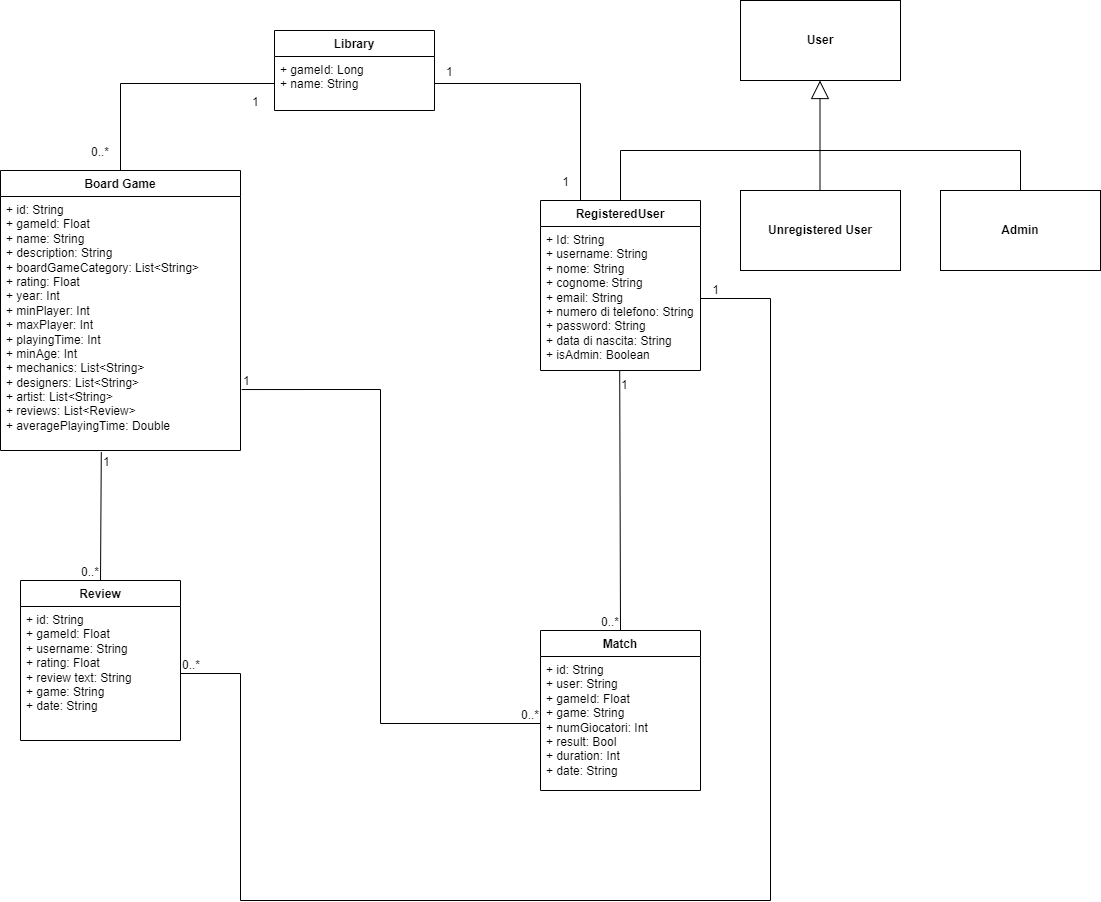
Earlier version of the draw.io export docs/uml_class_diagram.png (FedericoCavedoni/LSMSD_Project). Source tidied: cells renumbered, new cells last; positions are measured from the earlier drawing's top-left corner, leaving out a move shared by most shapes.
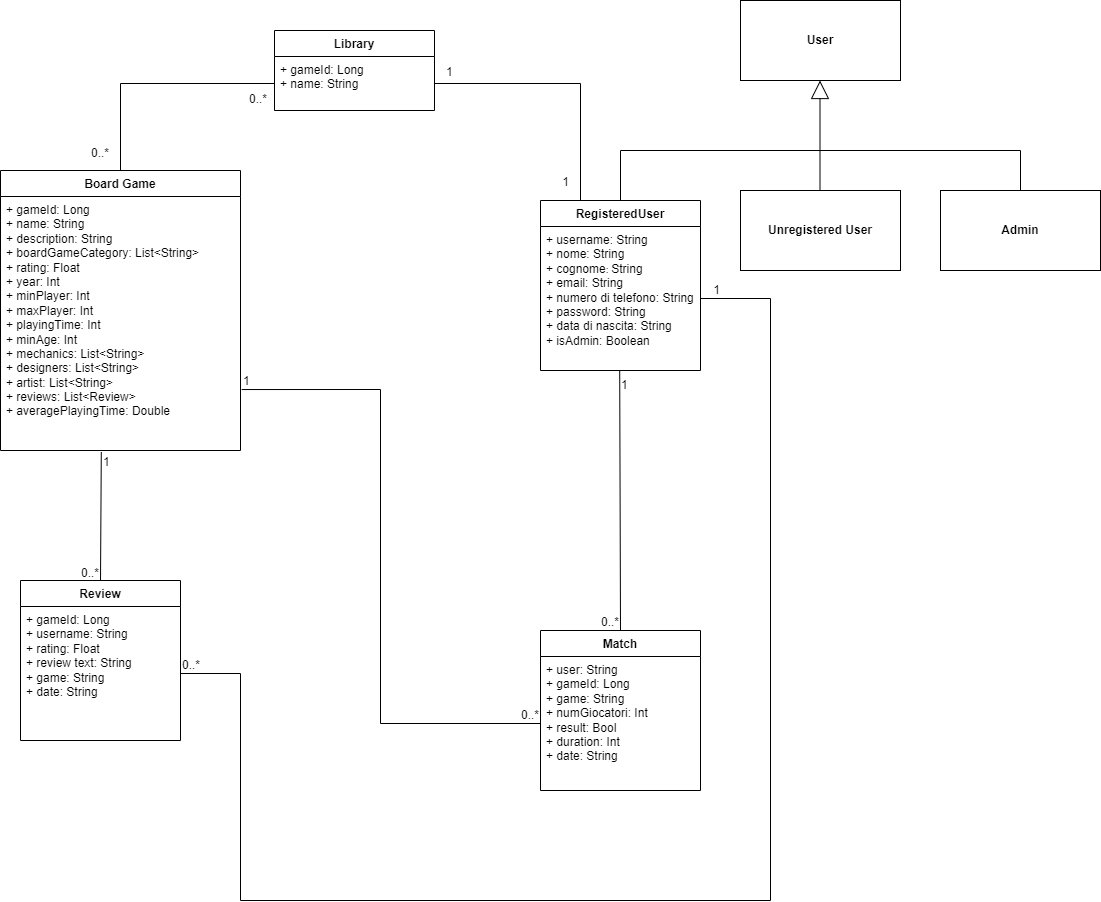
Above is the later version.

Diff of the diagram source:
```diff
@@ -5,13 +5,13 @@
     <mxCell id="2" value="RegisteredUser" style="swimlane;fontStyle=1;align=center;verticalAlign=top;horizontal=1;startSize=26;whiteSpace=wrap;html=1;" parent="1" vertex="1">
       <mxGeometry x="540" y="200" width="160" height="170" as="geometry" />
     </mxCell>
-    <mxCell id="3" value="+ Id: String&lt;div&gt;+ username: String&amp;nbsp;&lt;/div&gt;&lt;div&gt;+ nome: String&lt;/div&gt;&lt;div&gt;+ cognome&lt;span style=&quot;font-size: 10px;&quot;&gt;:&amp;nbsp;&lt;/span&gt;&lt;span style=&quot;background-color: initial;&quot;&gt;String&lt;/span&gt;&lt;/div&gt;&lt;div&gt;&lt;div&gt;+ email: String&lt;/div&gt;&lt;div&gt;+ numero di telefono: String&lt;/div&gt;&lt;div&gt;+ password: String&amp;nbsp;&lt;/div&gt;&lt;div&gt;+ data di nascita: String&lt;/div&gt;&lt;div&gt;+ isAdmin: Boolean&lt;/div&gt;&lt;div&gt;&lt;br&gt;&lt;/div&gt;&lt;/div&gt;" style="text;strokeColor=none;fillColor=none;align=left;verticalAlign=top;spacingLeft=4;spacingRight=4;overflow=hidden;points=[[0,0.5],[1,0.5]];portConstraint=eastwest;whiteSpace=wrap;html=1;" parent="2" vertex="1">
+    <mxCell id="3" value="&lt;div&gt;+ username: String&amp;nbsp;&lt;/div&gt;&lt;div&gt;+ nome: String&lt;/div&gt;&lt;div&gt;+ cognome&lt;span style=&quot;font-size: 10px;&quot;&gt;:&amp;nbsp;&lt;/span&gt;&lt;span style=&quot;background-color: initial;&quot;&gt;String&lt;/span&gt;&lt;/div&gt;&lt;div&gt;&lt;div&gt;+ email: String&lt;/div&gt;&lt;div&gt;+ numero di telefono: String&lt;/div&gt;&lt;div&gt;+ password: String&amp;nbsp;&lt;/div&gt;&lt;div&gt;+ data di nascita: String&lt;/div&gt;&lt;div&gt;+ isAdmin: Boolean&lt;/div&gt;&lt;div&gt;&lt;br&gt;&lt;/div&gt;&lt;/div&gt;" style="text;strokeColor=none;fillColor=none;align=left;verticalAlign=top;spacingLeft=4;spacingRight=4;overflow=hidden;points=[[0,0.5],[1,0.5]];portConstraint=eastwest;whiteSpace=wrap;html=1;" parent="2" vertex="1">
       <mxGeometry y="26" width="160" height="144" as="geometry" />
     </mxCell>
     <mxCell id="4" value="Board Game" style="swimlane;fontStyle=1;align=center;verticalAlign=top;horizontal=1;startSize=26;whiteSpace=wrap;html=1;" parent="1" vertex="1">
       <mxGeometry y="170" width="240" height="280" as="geometry" />
     </mxCell>
-    <mxCell id="5" value="&lt;div&gt;+ id: String&lt;/div&gt;&lt;div&gt;+ gameId: Float&lt;/div&gt;&lt;div&gt;+ name: String&lt;/div&gt;&lt;div&gt;+ description: String&lt;/div&gt;&lt;div&gt;+ boardGameCategory: List&amp;lt;String&amp;gt;&lt;/div&gt;&lt;div&gt;+ rating: Float&lt;/div&gt;&lt;div&gt;+ year: Int&lt;/div&gt;&lt;div&gt;+ minPlayer: Int&lt;/div&gt;&lt;div&gt;+ maxPlayer: Int&lt;/div&gt;&lt;div&gt;+ playingTime: Int&lt;/div&gt;&lt;div&gt;+ minAge: Int&lt;/div&gt;&lt;div&gt;+ mechanics: List&amp;lt;String&amp;gt;&lt;/div&gt;&lt;div&gt;+ designers: List&amp;lt;String&amp;gt;&lt;/div&gt;&lt;div&gt;+ artist: List&amp;lt;String&amp;gt;&lt;/div&gt;&lt;div&gt;+ reviews: List&amp;lt;Review&amp;gt;&lt;/div&gt;&lt;div&gt;+ averagePlayingTime: Double&lt;/div&gt;" style="text;strokeColor=none;fillColor=none;align=left;verticalAlign=top;spacingLeft=4;spacingRight=4;overflow=hidden;points=[[0,0.5],[1,0.5]];portConstraint=eastwest;whiteSpace=wrap;html=1;" parent="4" vertex="1">
+    <mxCell id="5" value="&lt;div&gt;&lt;span style=&quot;background-color: initial;&quot;&gt;+ gameId: Long&lt;/span&gt;&lt;br&gt;&lt;/div&gt;&lt;div&gt;+ name: String&lt;/div&gt;&lt;div&gt;+ description: String&lt;/div&gt;&lt;div&gt;+ boardGameCategory: List&amp;lt;String&amp;gt;&lt;/div&gt;&lt;div&gt;+ rating: Float&lt;/div&gt;&lt;div&gt;+ year: Int&lt;/div&gt;&lt;div&gt;+ minPlayer: Int&lt;/div&gt;&lt;div&gt;+ maxPlayer: Int&lt;/div&gt;&lt;div&gt;+ playingTime: Int&lt;/div&gt;&lt;div&gt;+ minAge: Int&lt;/div&gt;&lt;div&gt;+ mechanics: List&amp;lt;String&amp;gt;&lt;/div&gt;&lt;div&gt;+ designers: List&amp;lt;String&amp;gt;&lt;/div&gt;&lt;div&gt;+ artist: List&amp;lt;String&amp;gt;&lt;/div&gt;&lt;div&gt;+ reviews: List&amp;lt;Review&amp;gt;&lt;/div&gt;&lt;div&gt;+ averagePlayingTime: Double&lt;/div&gt;" style="text;strokeColor=none;fillColor=none;align=left;verticalAlign=top;spacingLeft=4;spacingRight=4;overflow=hidden;points=[[0,0.5],[1,0.5]];portConstraint=eastwest;whiteSpace=wrap;html=1;" parent="4" vertex="1">
       <mxGeometry y="26" width="240" height="254" as="geometry" />
     </mxCell>
     <mxCell id="6" value="&lt;b&gt;Unregistered User&lt;/b&gt;" style="html=1;whiteSpace=wrap;" parent="1" vertex="1">
@@ -23,13 +23,13 @@
     <mxCell id="8" value="Review" style="swimlane;fontStyle=1;align=center;verticalAlign=top;horizontal=1;startSize=26;whiteSpace=wrap;html=1;" parent="1" vertex="1">
       <mxGeometry x="20" y="580" width="160" height="160" as="geometry" />
     </mxCell>
-    <mxCell id="9" value="&lt;div&gt;+ id: String&lt;/div&gt;&lt;div&gt;+ gameId: Float&lt;/div&gt;&lt;div&gt;+ username: String&lt;/div&gt;&lt;div&gt;+ rating: Float&lt;/div&gt;&lt;div&gt;+ review text: String&lt;/div&gt;&lt;div&gt;+ game: String&lt;/div&gt;&lt;div&gt;+ date: String&lt;/div&gt;" style="text;strokeColor=none;fillColor=none;align=left;verticalAlign=top;spacingLeft=4;spacingRight=4;overflow=hidden;points=[[0,0.5],[1,0.5]];portConstraint=eastwest;whiteSpace=wrap;html=1;" parent="8" vertex="1">
+    <mxCell id="9" value="&lt;div&gt;&lt;span style=&quot;background-color: initial;&quot;&gt;+ gameId: Long&lt;/span&gt;&lt;br&gt;&lt;/div&gt;&lt;div&gt;+ username: String&lt;/div&gt;&lt;div&gt;+ rating: Float&lt;/div&gt;&lt;div&gt;+ review text: String&lt;/div&gt;&lt;div&gt;+ game: String&lt;/div&gt;&lt;div&gt;+ date: String&lt;/div&gt;" style="text;strokeColor=none;fillColor=none;align=left;verticalAlign=top;spacingLeft=4;spacingRight=4;overflow=hidden;points=[[0,0.5],[1,0.5]];portConstraint=eastwest;whiteSpace=wrap;html=1;" parent="8" vertex="1">
       <mxGeometry y="26" width="160" height="134" as="geometry" />
     </mxCell>
     <mxCell id="10" value="Match" style="swimlane;fontStyle=1;align=center;verticalAlign=top;horizontal=1;startSize=26;whiteSpace=wrap;html=1;" parent="1" vertex="1">
       <mxGeometry x="540" y="630" width="160" height="160" as="geometry" />
     </mxCell>
-    <mxCell id="11" value="+ id: String&lt;div&gt;+ user: String&lt;/div&gt;&lt;div&gt;+ gameId: Float&lt;/div&gt;&lt;div&gt;+ game: String&lt;br&gt;&lt;div&gt;+ numGiocatori: Int&lt;div&gt;+ result: Bool&lt;/div&gt;&lt;div&gt;+ duration: Int&lt;/div&gt;&lt;div&gt;+ date: String&amp;nbsp;&lt;/div&gt;&lt;/div&gt;&lt;/div&gt;" style="text;strokeColor=none;fillColor=none;align=left;verticalAlign=top;spacingLeft=4;spacingRight=4;overflow=hidden;points=[[0,0.5],[1,0.5]];portConstraint=eastwest;whiteSpace=wrap;html=1;" parent="10" vertex="1">
+    <mxCell id="11" value="&lt;div&gt;+ user: String&lt;/div&gt;&lt;div&gt;+ gameId: Long&lt;/div&gt;&lt;div&gt;+ game: String&lt;br&gt;&lt;div&gt;+ numGiocatori: Int&lt;div&gt;+ result: Bool&lt;/div&gt;&lt;div&gt;+ duration: Int&lt;/div&gt;&lt;div&gt;+ date: String&amp;nbsp;&lt;/div&gt;&lt;/div&gt;&lt;/div&gt;" style="text;strokeColor=none;fillColor=none;align=left;verticalAlign=top;spacingLeft=4;spacingRight=4;overflow=hidden;points=[[0,0.5],[1,0.5]];portConstraint=eastwest;whiteSpace=wrap;html=1;" parent="10" vertex="1">
       <mxGeometry y="26" width="160" height="134" as="geometry" />
     </mxCell>
     <mxCell id="12" style="endArrow=block;endSize=16;endFill=0;html=1;rounded=0;" parent="1" edge="1">
@@ -116,9 +116,9 @@
         </Array>
       </mxGeometry>
     </mxCell>
-    <mxCell id="30" value="1" style="html=1;whiteSpace=wrap;align=left;verticalAlign=bottom;" parent="29" vertex="1">
+    <mxCell id="30" style="html=1;whiteSpace=wrap;align=left;verticalAlign=bottom;" parent="29" vertex="1">
       <mxGeometry x="-1" relative="1" as="geometry">
-        <mxPoint x="-24" y="27" as="offset" />
+        <mxPoint x="-34" y="47" as="offset" />
       </mxGeometry>
     </mxCell>
     <mxCell id="31" value="0..*" style="html=1;whiteSpace=wrap;align=right;verticalAlign=bottom;" parent="29" vertex="1">
@@ -143,5 +143,10 @@
         <mxPoint x="-10" y="-10" as="offset" />
       </mxGeometry>
     </mxCell>
+    <mxCell id="35" value="0..*" style="html=1;whiteSpace=wrap;align=right;verticalAlign=bottom;" parent="1" vertex="1">
+      <mxGeometry x="170" y="160" as="geometry">
+        <mxPoint x="98" y="-53" as="offset" />
+      </mxGeometry>
+    </mxCell>
   </root>
 </mxGraphModel>
```
